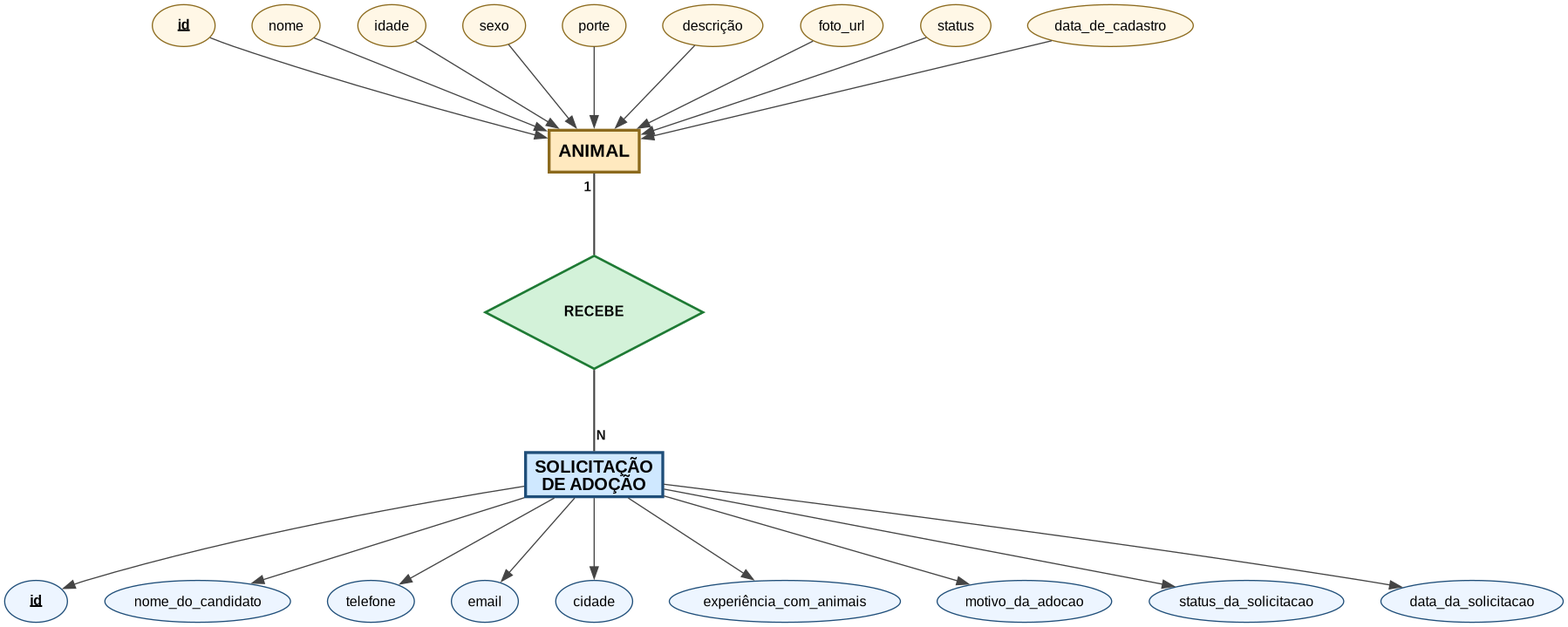
Above: docs/diagramas/modelo-conceitual.png in johnsalviano/adota-patos (Graphviz), before the change. Its source is kept beside it as docs/diagramas/modelo-conceitual.dot.
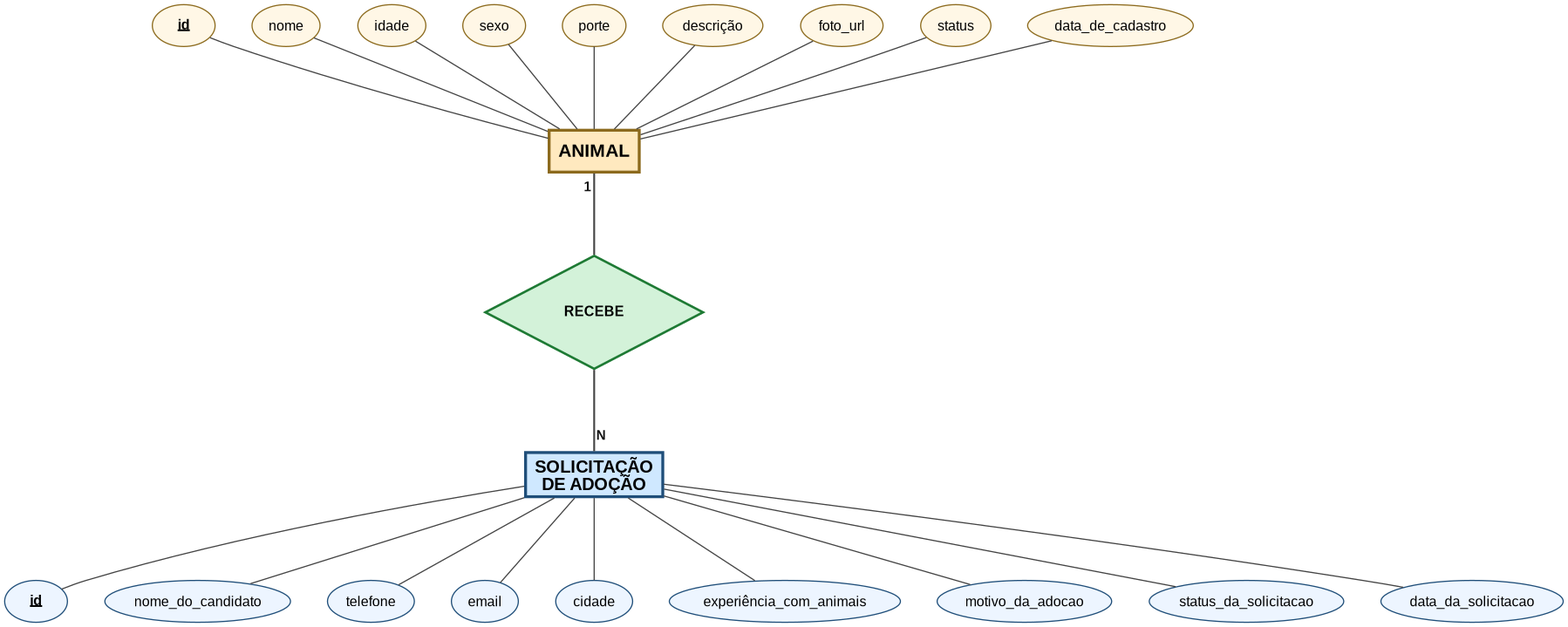
After the commit.

Commit message:
fix: linhas simples nos atributos conforme notacao Chen do MER

The edit, as a diff of the source:
```diff
@@ -6,7 +6,7 @@
     ranksep=1.0;
     bgcolor=white;
     node [fontname="Segoe UI, Arial, sans-serif", fontsize=12];
-    edge [fontname="Segoe UI, Arial, sans-serif", fontsize=11, color="#444444"];
+    edge [fontname="Segoe UI, Arial, sans-serif", fontsize=11, color="#444444", arrowhead=none, arrowtail=none];
 
     animal [
         shape=box, style="filled", penwidth=2.5,
```
